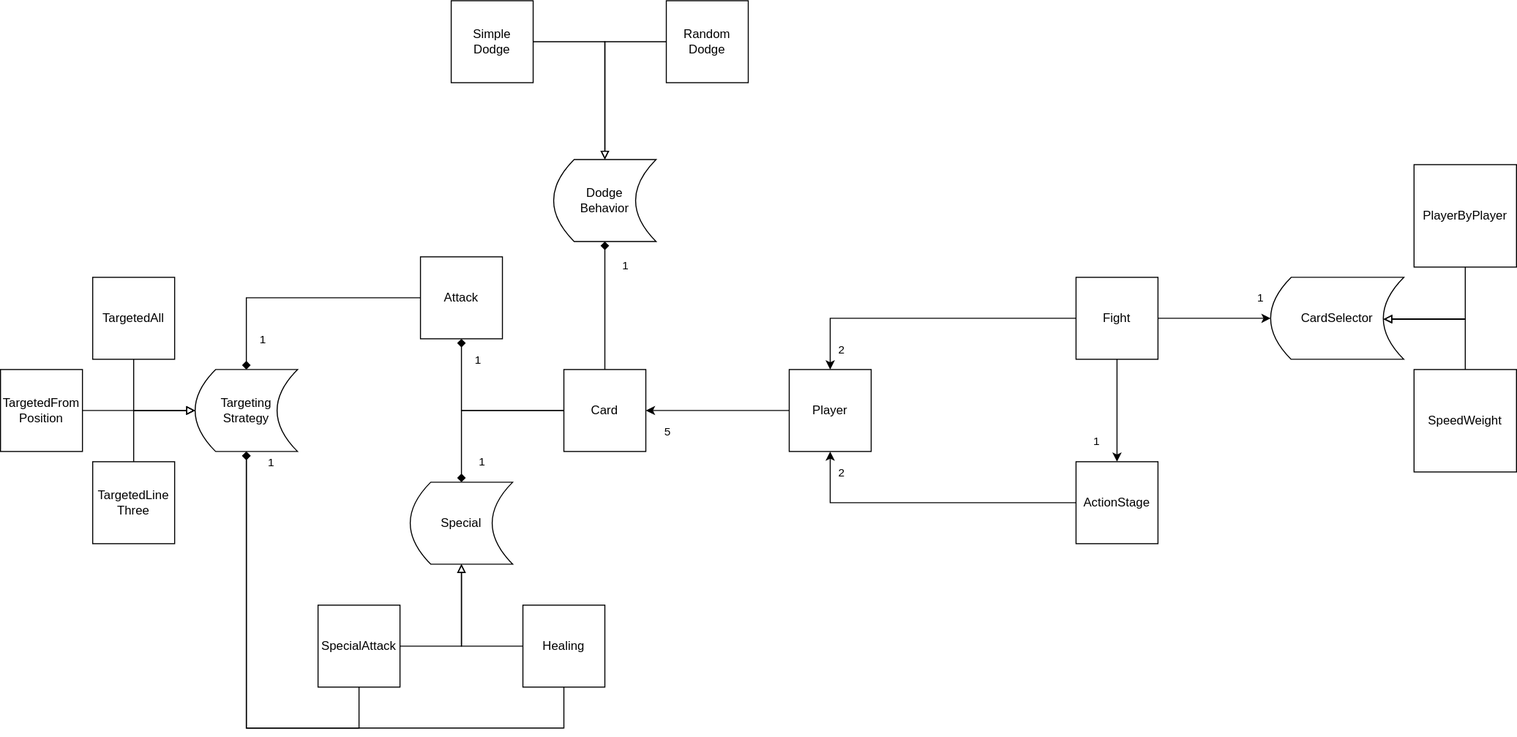
Earlier version of the draw.io export doc/archi.drawio.svg (cegerard/card-game). Source tidied: cells renumbered, new cells last; positions are measured from the earlier drawing's top-left corner, leaving out a move shared by most shapes.
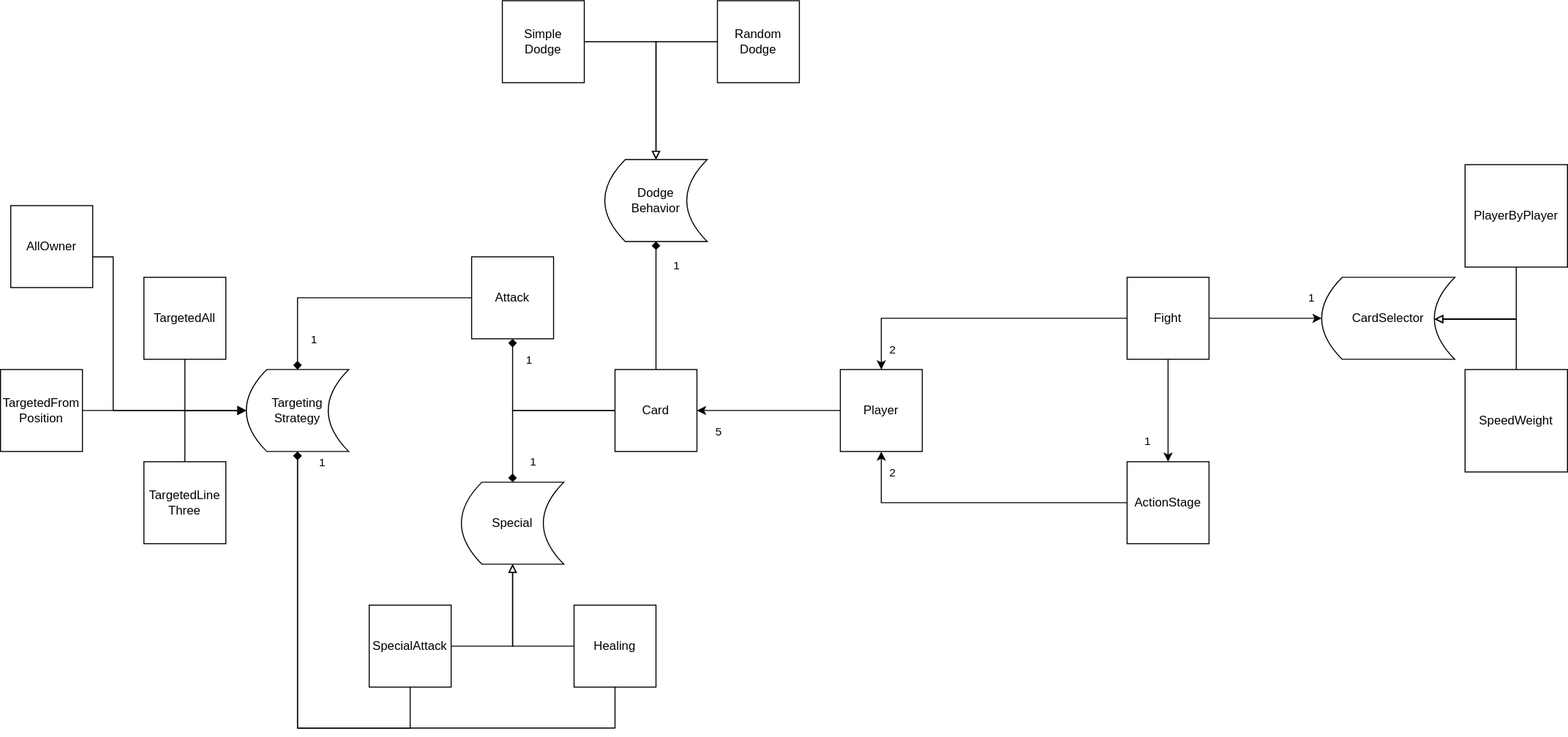
Later version of the same file.

Diff of the diagram source:
```diff
@@ -119,7 +119,7 @@
       <mxGeometry relative="1" as="geometry" />
     </mxCell>
     <mxCell id="32" value="TargetedFrom&lt;br&gt;Position" style="whiteSpace=wrap;html=1;labelBackgroundColor=none;labelBorderColor=none;fontColor=default;" parent="1" vertex="1">
-      <mxGeometry y="360" width="80" height="80" as="geometry" />
+      <mxGeometry x="-50" y="360" width="80" height="80" as="geometry" />
     </mxCell>
     <mxCell id="33" style="edgeStyle=orthogonalEdgeStyle;rounded=0;html=1;exitX=0.5;exitY=0;exitDx=0;exitDy=0;entryX=0;entryY=0.5;entryDx=0;entryDy=0;strokeColor=default;fontColor=default;endArrow=block;endFill=0;" parent="1" edge="1" source="34" target="28">
       <mxGeometry relative="1" as="geometry" />
@@ -167,5 +167,16 @@
     <mxCell id="45" value="Random&lt;br&gt;Dodge" style="whiteSpace=wrap;html=1;labelBackgroundColor=none;labelBorderColor=none;fontColor=default;" parent="1" vertex="1">
       <mxGeometry x="650" width="80" height="80" as="geometry" />
     </mxCell>
+    <mxCell id="46" style="edgeStyle=orthogonalEdgeStyle;html=1;entryX=0;entryY=0.5;entryDx=0;entryDy=0;rounded=0;exitX=0.5;exitY=1;exitDx=0;exitDy=0;" parent="1" edge="1" source="47" target="28">
+      <mxGeometry relative="1" as="geometry">
+        <Array as="points">
+          <mxPoint x="60" y="250" />
+          <mxPoint x="60" y="400" />
+        </Array>
+      </mxGeometry>
+    </mxCell>
+    <mxCell id="47" value="AllOwner" style="whiteSpace=wrap;html=1;labelBackgroundColor=none;labelBorderColor=none;fontColor=default;" parent="1" vertex="1">
+      <mxGeometry x="-40" y="200" width="80" height="80" as="geometry" />
+    </mxCell>
   </root>
 </mxGraphModel>
```
